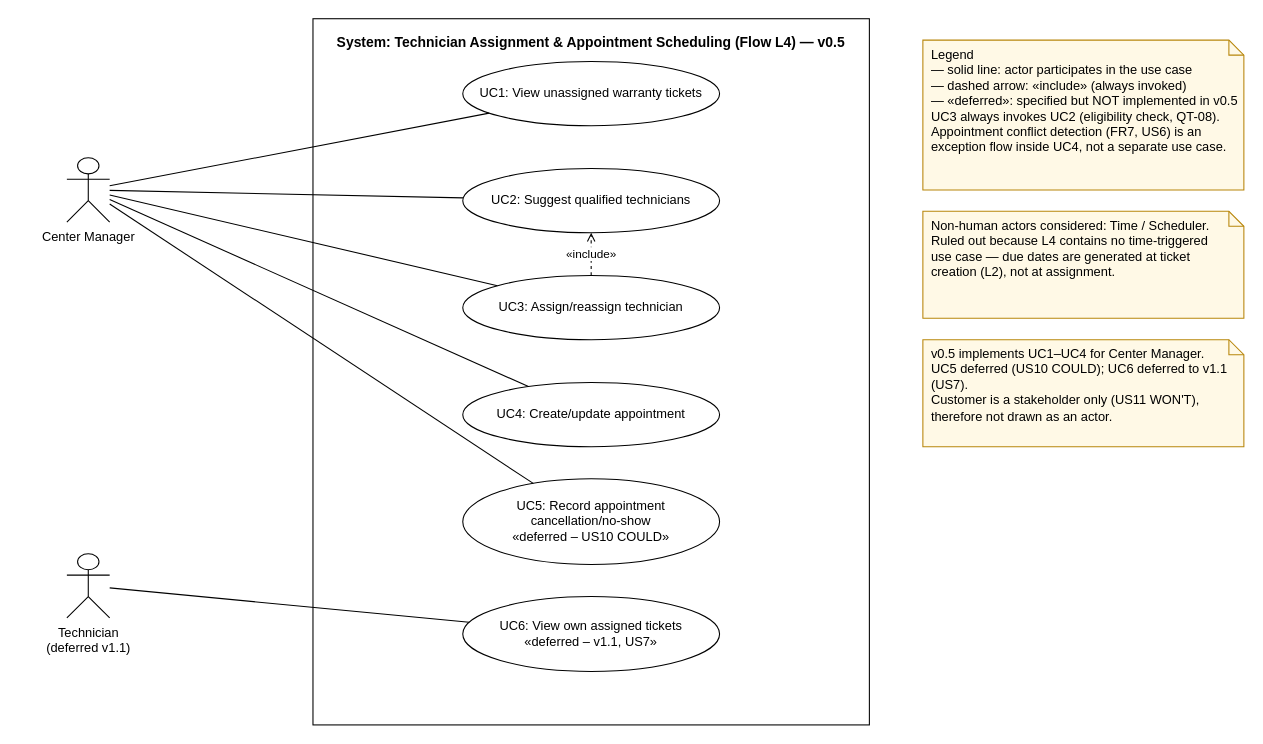
Before: docs/usecase_l4_en.drawio in RASPHONE/cdtn1-rasphonesamphanthamith-l4, a draw.io diagram. Source tidied: cells renumbered, new cells numbered last; positions are measured from the earlier drawing's top-left corner, leaving out a move shared by most shapes. Both pictures are drawn from the tidied source at 107%, with x=0, y=0 at pixel (66, 18).
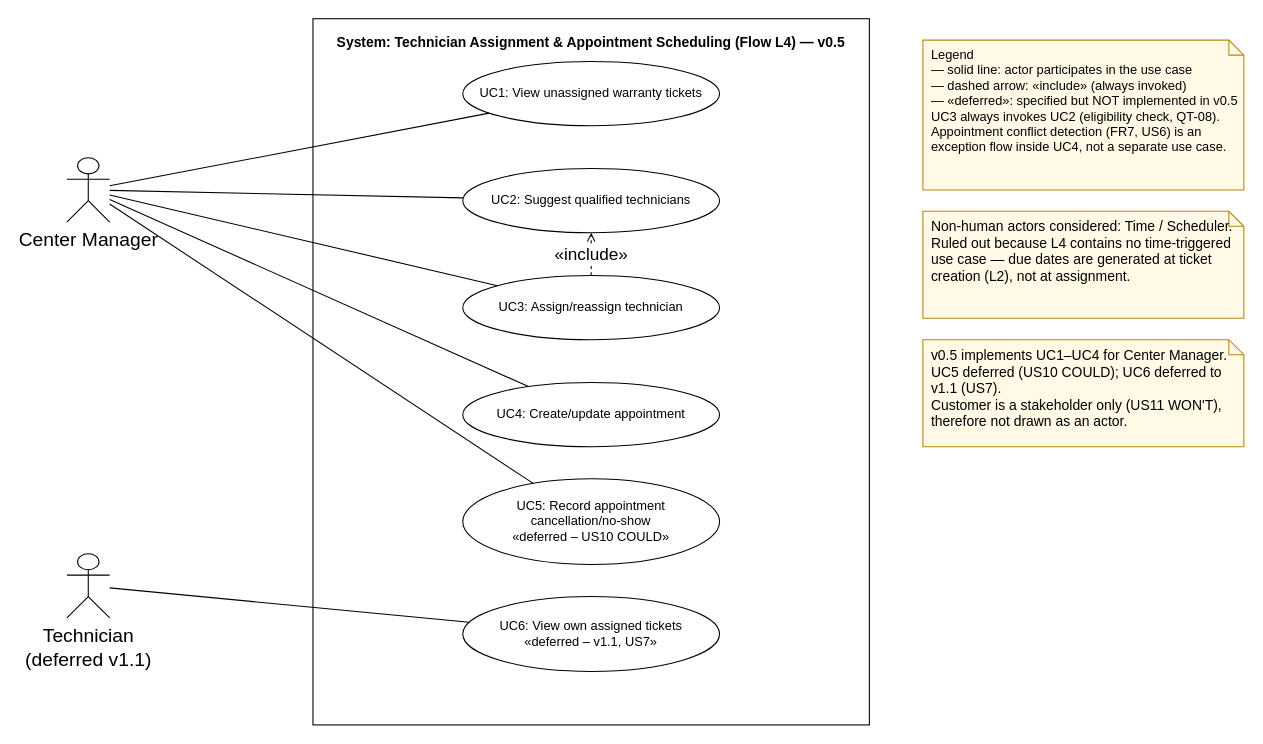
The same page after the edit.

Unchanged cells that the change refers to:
```xml
<mxCell id="6" value="UC2: Suggest qualified technicians" style="ellipse;whiteSpace=wrap;html=1;fontSize=12;" parent="1" vertex="1">
  <mxGeometry x="370" y="140" width="240" height="60" as="geometry" />
</mxCell>
<mxCell id="7" value="UC3: Assign/reassign technician" style="ellipse;whiteSpace=wrap;html=1;fontSize=12;" parent="1" vertex="1">
  <mxGeometry x="370" y="240" width="240" height="60" as="geometry" />
</mxCell>
```

What changed in the source:
```diff
@@
-    <mxCell id="3" value="Center Manager" style="shape=umlActor;verticalLabelPosition=bottom;verticalAlign=top;html=1;outlineConnect=0;fontSize=12;" parent="1" vertex="1">
+    <mxCell id="3" value="Center Manager" style="shape=umlActor;verticalLabelPosition=bottom;verticalAlign=top;html=1;outlineConnect=0;fontSize=18;" parent="1" vertex="1">
       <mxGeometry y="130" width="40" height="60" as="geometry" />
     </mxCell>
-    <mxCell id="4" value="Technician&#10;(deferred v1.1)" style="shape=umlActor;verticalLabelPosition=bottom;verticalAlign=top;html=1;outlineConnect=0;fontSize=12;" parent="1" vertex="1">
+    <mxCell id="4" value="Technician&#10;(deferred v1.1)" style="shape=umlActor;verticalLabelPosition=bottom;verticalAlign=top;html=1;outlineConnect=0;fontSize=18;" parent="1" vertex="1">
       <mxGeometry y="500" width="40" height="60" as="geometry" />
     </mxCell>
@@
-    <mxCell id="17" value="«include»" style="html=1;dashed=1;endArrow=open;endFill=0;fontSize=11;" parent="1" edge="1" source="7" target="6">
+    <mxCell id="17" value="«include»" style="html=1;dashed=1;endArrow=open;endFill=0;fontSize=16;" parent="1" edge="1" source="7" target="6">
       <mxGeometry relative="1" as="geometry" />
     </mxCell>
@@
-    <mxCell id="19" value="Non-human actors considered: Time / Scheduler.&#10;Ruled out because L4 contains no time-triggered&#10;use case — due dates are generated at ticket&#10;creation (L2), not at assignment." style="shape=note;whiteSpace=wrap;html=1;size=14;align=left;verticalAlign=top;spacingLeft=6;fontSize=12;fillColor=#FFF9E6;strokeColor=#B8860B;" parent="1" vertex="1">
+    <mxCell id="19" value="Non-human actors considered: Time / Scheduler.&#10;Ruled out because L4 contains no time-triggered&#10;use case — due dates are generated at ticket&#10;creation (L2), not at assignment." style="shape=note;whiteSpace=wrap;html=1;size=14;align=left;verticalAlign=top;spacingLeft=6;fontSize=13;fillColor=#FFF9E6;strokeColor=#B8860B;" parent="1" vertex="1">
       <mxGeometry x="800" y="180" width="300" height="100" as="geometry" />
     </mxCell>
-    <mxCell id="20" value="v0.5 implements UC1–UC4 for Center Manager.&#10;UC5 deferred (US10 COULD); UC6 deferred to v1.1 (US7).&#10;Customer is a stakeholder only (US11 WON'T),&#10;therefore not drawn as an actor." style="shape=note;whiteSpace=wrap;html=1;size=14;align=left;verticalAlign=top;spacingLeft=6;fontSize=12;fillColor=#FFF9E6;strokeColor=#B8860B;" parent="1" vertex="1">
+    <mxCell id="20" value="v0.5 implements UC1–UC4 for Center Manager.&#10;UC5 deferred (US10 COULD); UC6 deferred to v1.1 (US7).&#10;Customer is a stakeholder only (US11 WON'T),&#10;therefore not drawn as an actor." style="shape=note;whiteSpace=wrap;html=1;size=14;align=left;verticalAlign=top;spacingLeft=6;fontSize=13;fillColor=#FFF9E6;strokeColor=#B8860B;" parent="1" vertex="1">
       <mxGeometry x="800" y="300" width="300" height="100" as="geometry" />
     </mxCell>
```
